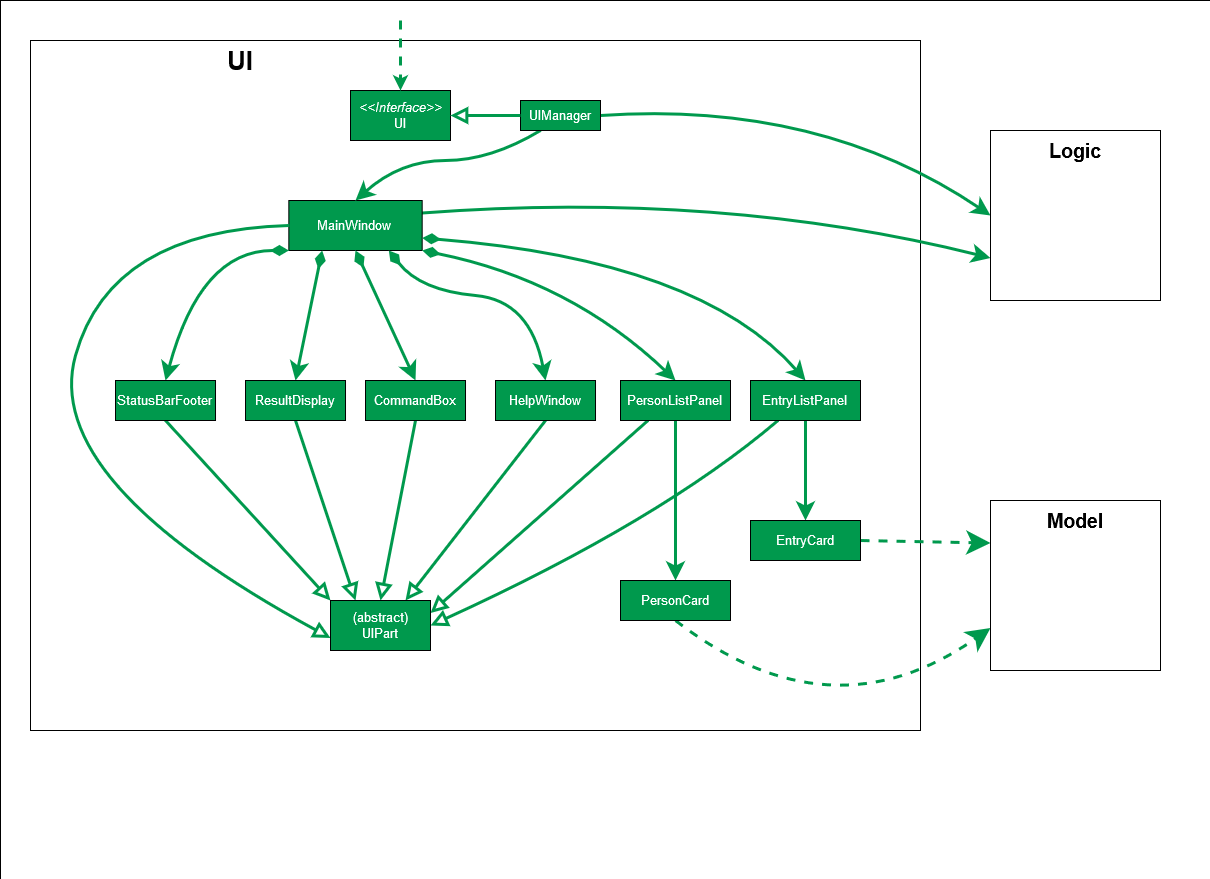
zhXchD/tp keeps this draw.io diagram as docs/images/UiClassDiagram.png. Above is the earlier version. Source tidied: cells renumbered, new cells last; positions are measured from the earlier drawing's top-left corner, leaving out a move shared by most shapes.
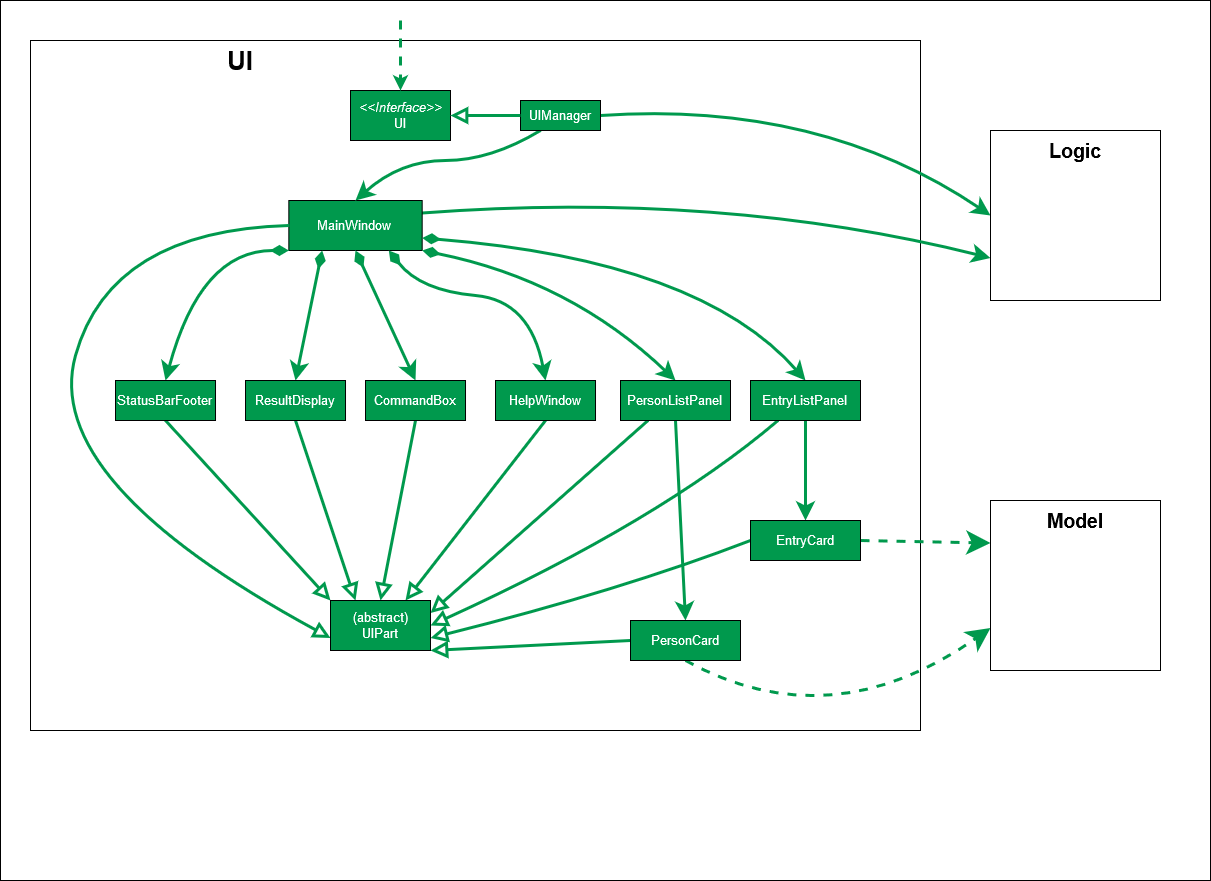
The same file after the commit.

Commit message:
Fix missing arrows in UiClassDiagram

Change to the diagram source:
```diff
@@ -146,12 +146,22 @@
         </Array>
       </mxGeometry>
     </mxCell>
+    <mxCell id="43" style="edgeStyle=none;curved=1;jettySize=auto;html=1;exitX=0;exitY=0.5;exitDx=0;exitDy=0;entryX=1;entryY=1;entryDx=0;entryDy=0;endArrow=block;endFill=0;endSize=10;targetPerimeterSpacing=0;strokeColor=#00994D;strokeWidth=3;fontSize=13;" parent="1" edge="1" source="35" target="38">
+      <mxGeometry relative="1" as="geometry" />
+    </mxCell>
     <mxCell id="35" value="&lt;font color=&quot;#FFFFFF&quot;&gt;PersonCard&lt;br&gt;&lt;/font&gt;" style="rounded=0;whiteSpace=wrap;html=1;labelBackgroundColor=none;fontSize=13;fillColor=#00994D;" parent="1" vertex="1">
-      <mxGeometry x="620" y="580" width="110" height="40" as="geometry" />
+      <mxGeometry x="630" y="620" width="110" height="40" as="geometry" />
     </mxCell>
     <mxCell id="36" style="edgeStyle=none;curved=1;jettySize=auto;html=1;exitX=1;exitY=0.5;exitDx=0;exitDy=0;entryX=0;entryY=0.25;entryDx=0;entryDy=0;dashed=1;startArrow=none;startFill=0;startSize=15;endArrow=classic;endFill=1;endSize=15;targetPerimeterSpacing=0;strokeColor=#00994D;strokeWidth=3;fontSize=13;" parent="1" edge="1" source="37" target="39">
       <mxGeometry relative="1" as="geometry" />
     </mxCell>
+    <mxCell id="44" style="edgeStyle=none;curved=1;jettySize=auto;html=1;exitX=0;exitY=0.5;exitDx=0;exitDy=0;entryX=1;entryY=0.75;entryDx=0;entryDy=0;endArrow=block;endFill=0;endSize=10;targetPerimeterSpacing=0;strokeColor=#00994D;strokeWidth=3;fontSize=13;" parent="1" edge="1" source="37" target="38">
+      <mxGeometry relative="1" as="geometry">
+        <Array as="points">
+          <mxPoint x="620" y="590" />
+        </Array>
+      </mxGeometry>
+    </mxCell>
     <mxCell id="37" value="&lt;font color=&quot;#FFFFFF&quot;&gt;EntryCard&lt;br&gt;&lt;/font&gt;" style="rounded=0;whiteSpace=wrap;html=1;labelBackgroundColor=none;fontSize=13;fillColor=#00994D;" parent="1" vertex="1">
       <mxGeometry x="750" y="520" width="110" height="40" as="geometry" />
     </mxCell>
```
